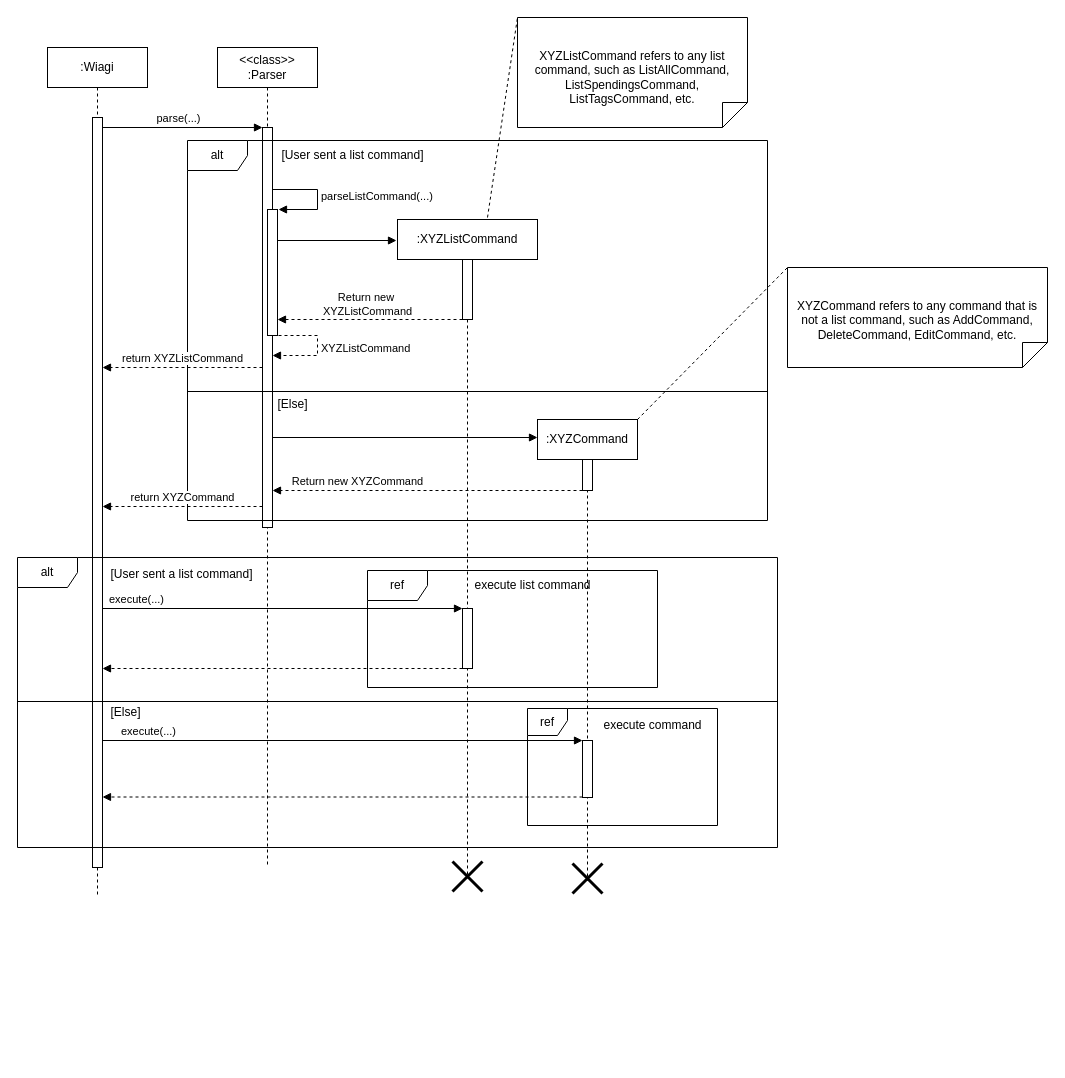
This is docs/Diagrams/commandHandling.drawio from wongwh2002/CS2113TeamProject, a draw.io file, before an edit. Source tidied: cells renumbered, new cells numbered last; positions are measured from the earlier drawing's top-left corner, leaving out a move shared by most shapes. Both pictures are drawn from the tidied source at 100%, with x=0, y=0 at pixel (17, 17).
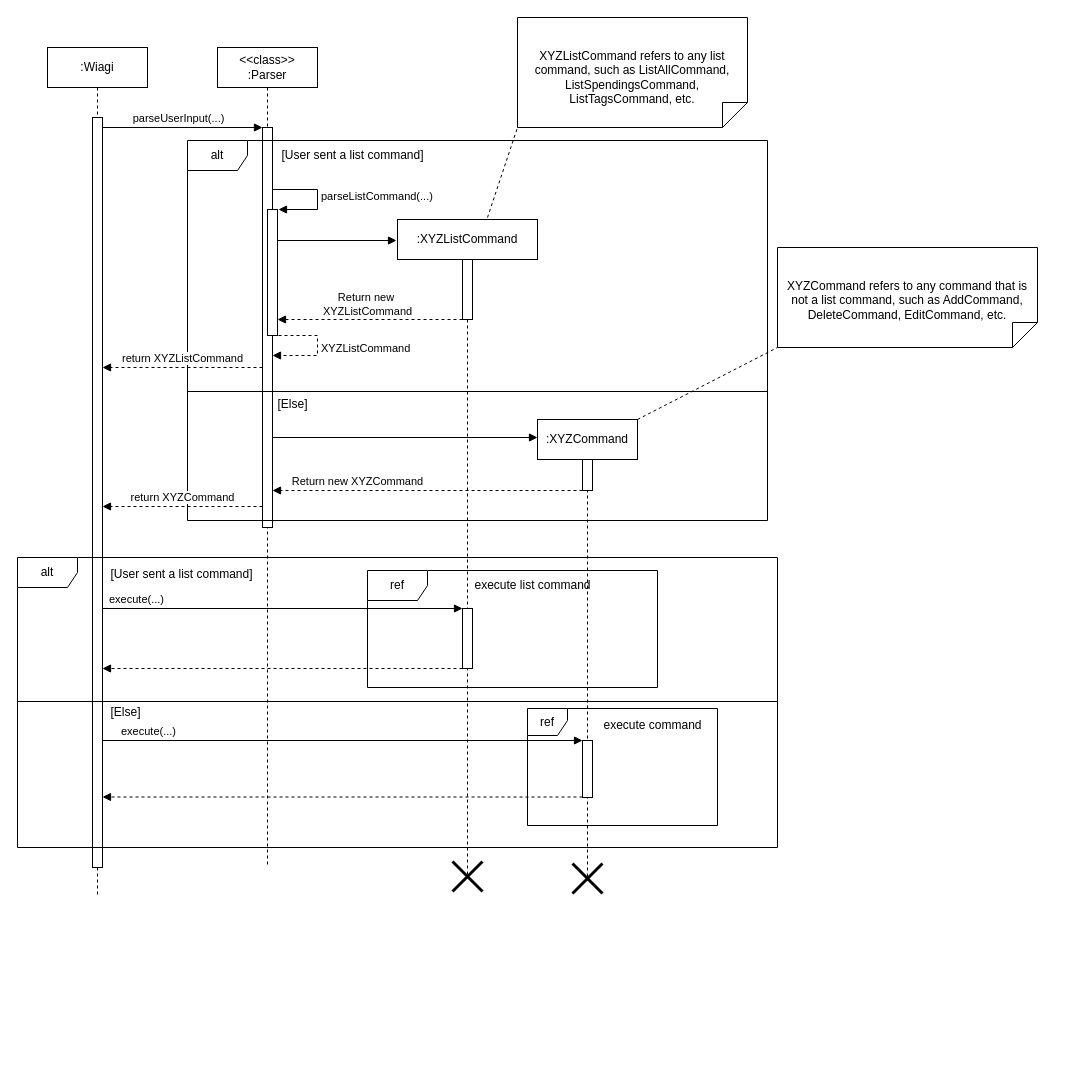
After the change.

Commit message (it also covers changes not shown here):
Update command handling sequence diagram

The change refers to these unchanged cells:
```xml
<mxCell id="6" style="html=1;points=[];perimeter=orthogonalPerimeter;outlineConnect=0;targetShapes=umlLifeline;portConstraint=eastwest;newEdgeStyle={&quot;edgeStyle&quot;:&quot;elbowEdgeStyle&quot;,&quot;elbow&quot;:&quot;vertical&quot;,&quot;curved&quot;:0,&quot;rounded&quot;:0};" parent="5" vertex="1">
  <mxGeometry x="45" y="80" width="10" height="400" as="geometry" />
</mxCell>
<mxCell id="43" value="XYZListCommand refers to any list command, such as ListAllCommand, ListSpendingsCommand, ListTagsCommand, etc." style="shape=note2;boundedLbl=1;whiteSpace=wrap;html=1;size=25;verticalAlign=top;align=center;flipV=1;" parent="1" vertex="1">
  <mxGeometry x="500" width="230" height="110" as="geometry" />
</mxCell>
```

The edit, as a diff of the source:
```diff
@@
-    <mxCell id="4" value="parse(...)" style="html=1;verticalAlign=bottom;endArrow=block;edgeStyle=elbowEdgeStyle;elbow=vertical;curved=0;rounded=0;" parent="1" edge="1" target="6">
+    <mxCell id="4" value="parseUserInput(...)" style="html=1;verticalAlign=bottom;endArrow=block;edgeStyle=elbowEdgeStyle;elbow=vertical;curved=0;rounded=0;" parent="1" edge="1" target="6">
       <mxGeometry x="0.35" relative="1" as="geometry">
         <mxPoint x="185" y="110" as="sourcePoint" />
         <Array as="points">
           <mxPoint x="85" y="110" />
         </Array>
       </mxGeometry>
     </mxCell>
@@
-    <mxCell id="44" style="endArrow=none;startArrow=none;endFill=0;startFill=0;endSize=8;html=1;verticalAlign=bottom;dashed=1;labelBackgroundColor=none;rounded=0;entryX=0;entryY=1;entryDx=0;entryDy=0;entryPerimeter=0;" parent="1" edge="1" target="43">
+    <mxCell id="44" style="endArrow=none;startArrow=none;endFill=0;startFill=0;endSize=8;html=1;verticalAlign=bottom;dashed=1;labelBackgroundColor=none;rounded=0;entryX=0;entryY=0;entryDx=0;entryDy=0;entryPerimeter=0;" parent="1" edge="1" target="43">
       <mxGeometry relative="1" as="geometry">
         <mxPoint x="470" y="200" as="sourcePoint" />
       </mxGeometry>
     </mxCell>
     <mxCell id="45" value="XYZCommand refers to any command that is not a list command, such as AddCommand, DeleteCommand, EditCommand, etc." style="shape=note2;boundedLbl=1;whiteSpace=wrap;html=1;size=25;verticalAlign=top;align=center;flipV=1;" parent="1" vertex="1">
-      <mxGeometry x="770" y="250" width="260" height="100" as="geometry" />
+      <mxGeometry x="760" y="230" width="260" height="100" as="geometry" />
     </mxCell>
-    <mxCell id="46" style="endArrow=none;startArrow=none;endFill=0;startFill=0;endSize=8;html=1;verticalAlign=bottom;dashed=1;labelBackgroundColor=none;rounded=0;entryX=0;entryY=1;entryDx=0;entryDy=0;entryPerimeter=0;" parent="1" edge="1" target="45">
+    <mxCell id="46" style="endArrow=none;startArrow=none;endFill=0;startFill=0;endSize=8;html=1;verticalAlign=bottom;dashed=1;labelBackgroundColor=none;rounded=0;entryX=0;entryY=0;entryDx=0;entryDy=0;entryPerimeter=0;" parent="1" edge="1" target="45">
       <mxGeometry relative="1" as="geometry">
         <mxPoint x="620" y="402" as="sourcePoint" />
       </mxGeometry>
     </mxCell>
```
